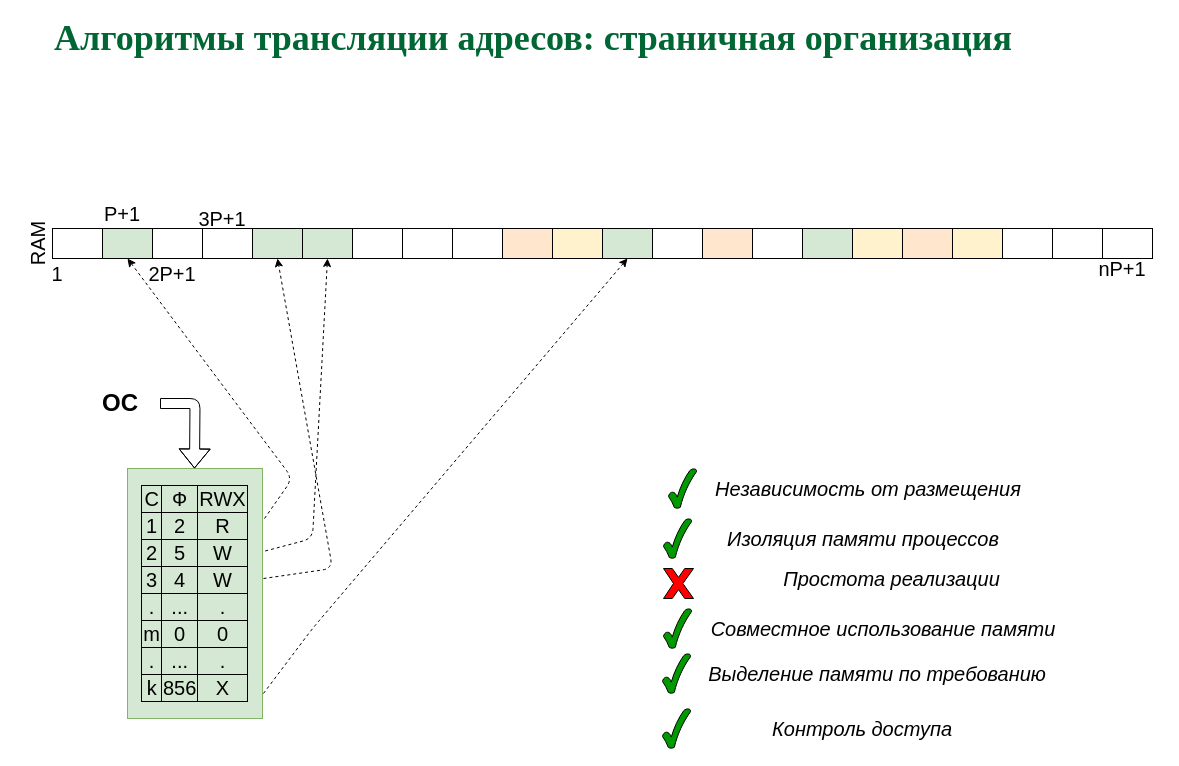
This is page "P34" (34 of 35) of slides/memmgt.drawio from 77maxikov/os_course, a draw.io file, before an edit. Source tidied: cells renumbered, new cells numbered last; positions are measured from the earlier drawing's top-left corner, leaving out a move shared by most shapes. Both pictures are drawn from the tidied source at 100%, with x=0, y=0 at pixel (12, 28).
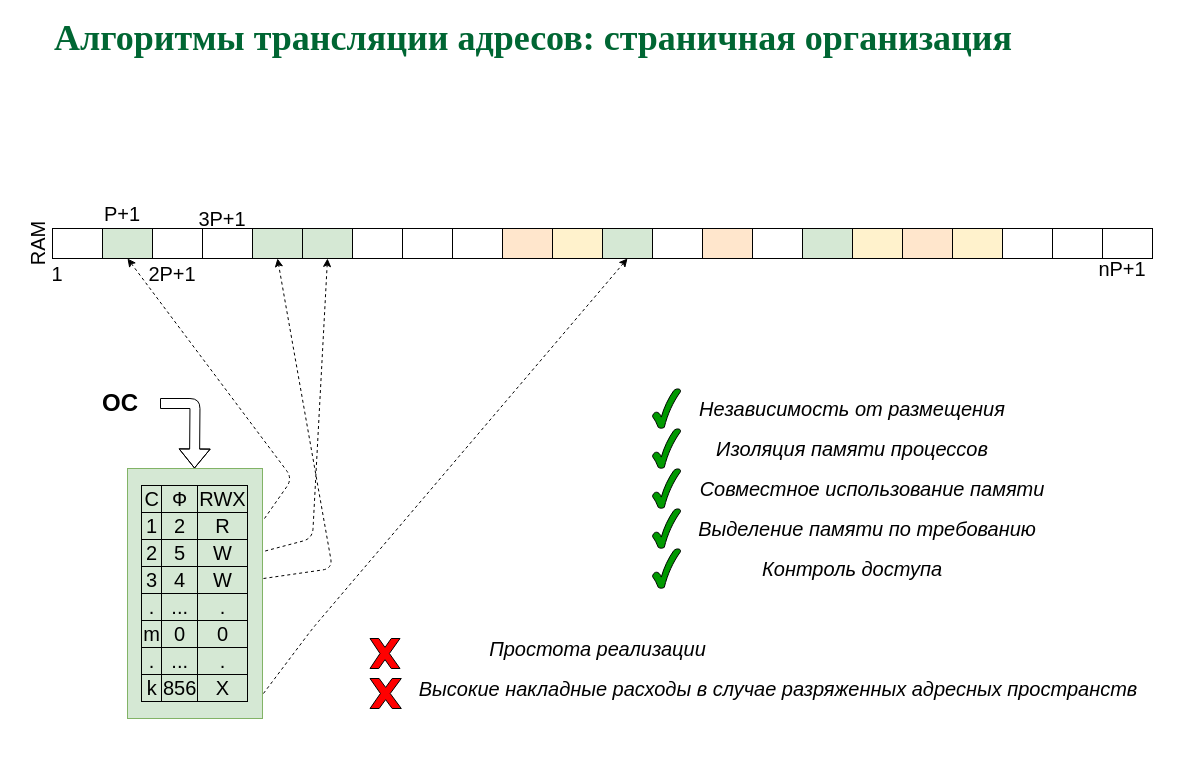
The same page after the edit.

The edit, as a diff of the source:
```diff
@@
     <mxCell id="37" style="group;" parent="1" vertex="1">
-      <mxGeometry x="656" y="440" width="380" height="40" as="geometry" />
+      <mxGeometry x="640" y="360" width="380" height="40" as="geometry" />
     </mxCell>
@@
     <mxCell id="40" style="group;" parent="1" vertex="1">
-      <mxGeometry x="651" y="490" width="380" height="40" as="geometry" />
+      <mxGeometry x="640" y="400" width="380" height="40" as="geometry" />
     </mxCell>
@@
     <mxCell id="43" style="group;" parent="1" vertex="1">
-      <mxGeometry x="650" y="680" width="380" height="40" as="geometry" />
+      <mxGeometry x="640" y="520" width="380" height="40" as="geometry" />
     </mxCell>
@@
     <mxCell id="46" style="group;" parent="1" vertex="1">
-      <mxGeometry x="651" y="580" width="420" height="40" as="geometry" />
+      <mxGeometry x="640" y="440" width="420" height="40" as="geometry" />
     </mxCell>
@@
     <mxCell id="49" style="group;" parent="1" vertex="1">
-      <mxGeometry x="650" y="625" width="410" height="40" as="geometry" />
+      <mxGeometry x="640" y="480" width="410" height="40" as="geometry" />
     </mxCell>
@@
     <mxCell id="52" style="group;" parent="1" vertex="1">
-      <mxGeometry x="651" y="530" width="432.5" height="40" as="geometry" />
+      <mxGeometry x="357.5" y="600" width="432.5" height="40" as="geometry" />
     </mxCell>
@@
+    <mxCell id="56" style="group;" parent="1" vertex="1">
+      <mxGeometry x="357.5" y="640" width="792.5" height="40" as="geometry" />
+    </mxCell>
+    <mxCell id="57" style="verticalLabelPosition=bottom;verticalAlign=top;html=1;shape=mxgraph.basic.x;fillColor=#FF0000;" parent="56" vertex="1">
+      <mxGeometry y="10" width="31.3" height="30" as="geometry" />
+    </mxCell>
+    <mxCell id="58" value="&lt;span style=&quot;font-size: 20px&quot;&gt;&lt;i&gt;Высокие накладные расходы в случае разряженных адресных пространств&lt;/i&gt;&lt;/span&gt;" style="text;html=1;strokeColor=none;fillColor=none;align=center;verticalAlign=middle;whiteSpace=wrap;rounded=0;" parent="56" vertex="1">
+      <mxGeometry x="24.5" width="768" height="40" as="geometry" />
+    </mxCell>
```
